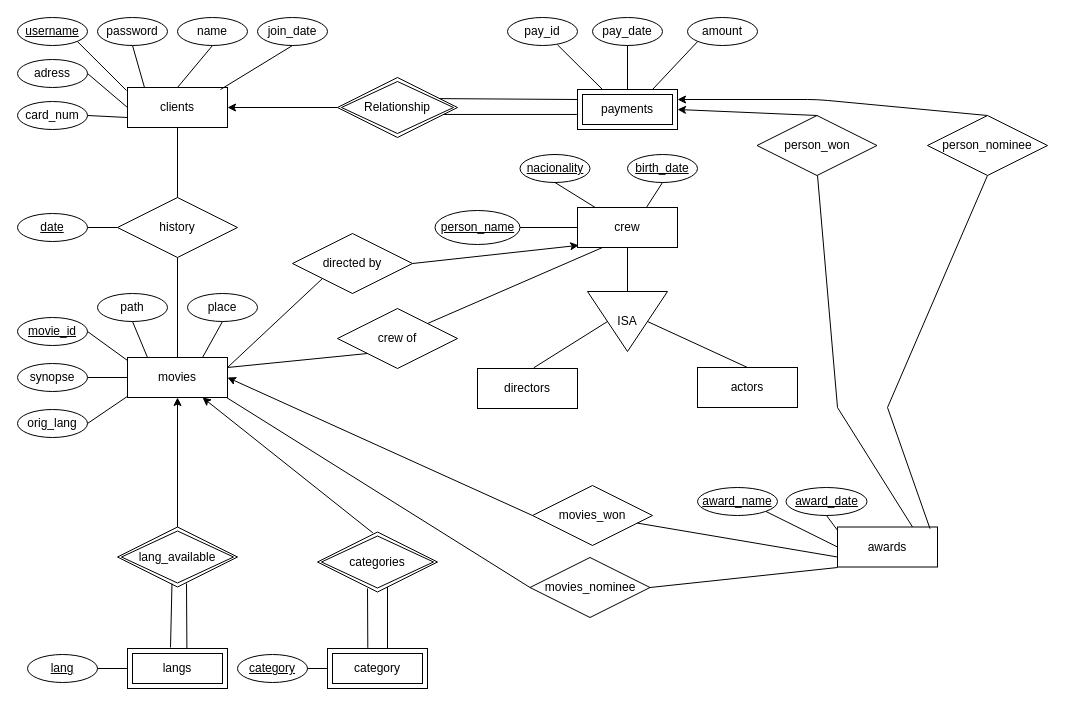
MiguelNdeCarvalho/BD-Work-2 keeps this draw.io diagram as BD-2 .drawio. Above is the earlier version. Source tidied: cells renumbered, new cells numbered last; positions are measured from the earlier drawing's top-left corner, leaving out a move shared by most shapes. Both pictures are drawn from the tidied source at 100%, with x=0, y=0 at pixel (17, 17).
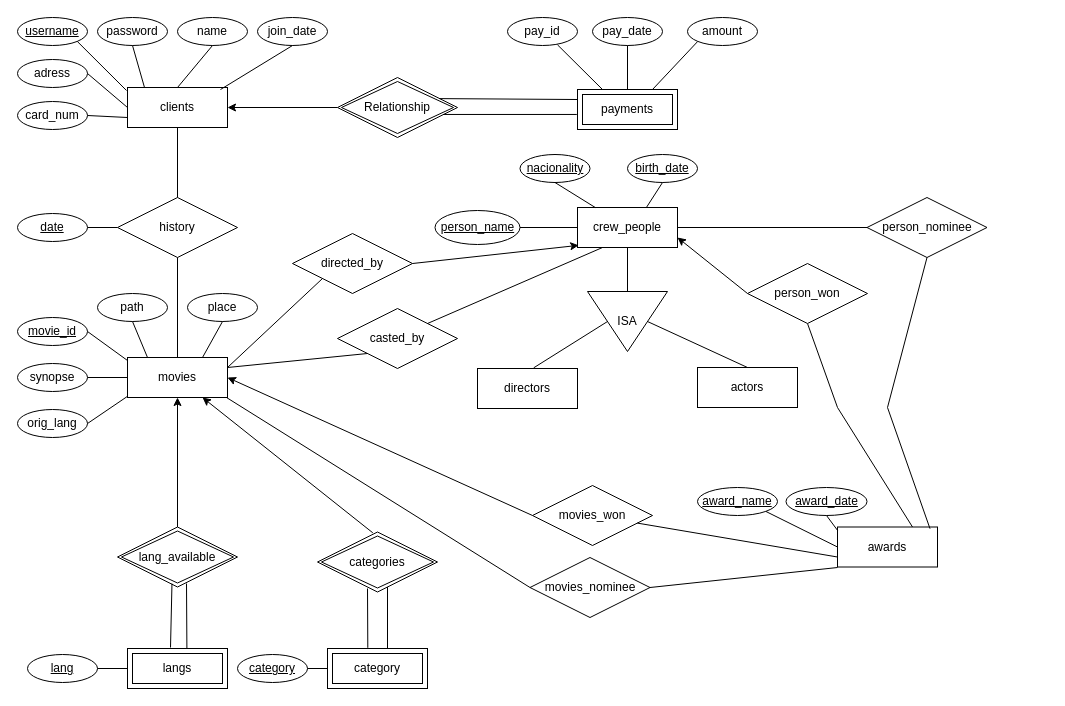
Above is the later version.

Unchanged cells that the change refers to:
```xml
<mxCell id="33" value="payments" style="shape=ext;margin=3;double=1;whiteSpace=wrap;html=1;align=center;" parent="1" vertex="1">
  <mxGeometry x="560" y="72" width="100" height="40" as="geometry" />
</mxCell>
<mxCell id="69" value="awards" style="whiteSpace=wrap;html=1;align=center;" parent="1" vertex="1">
  <mxGeometry x="820" y="509.5" width="100" height="40" as="geometry" />
</mxCell>
```

What changed in the source:
```diff
@@
-    <mxCell id="56" value="crew" style="whiteSpace=wrap;html=1;align=center;" parent="1" vertex="1">
+    <mxCell id="56" value="crew_people" style="whiteSpace=wrap;html=1;align=center;" parent="1" vertex="1">
       <mxGeometry x="560" y="190" width="100" height="40" as="geometry" />
     </mxCell>
@@
-    <mxCell id="70" style="endArrow=classic;html=1;entryX=1;entryY=0.5;entryDx=0;entryDy=0;exitX=0.5;exitY=0;exitDx=0;exitDy=0;" parent="1" edge="1" target="33">
-      <mxGeometry relative="1" as="geometry">
-        <mxPoint x="800" y="98" as="sourcePoint" />
-      </mxGeometry>
+    <mxCell id="70" style="endArrow=classic;html=1;entryX=1;entryY=0.75;entryDx=0;entryDy=0;exitX=0;exitY=0.5;exitDx=0;exitDy=0;" parent="1" edge="1" source="78" target="56">
+      <mxGeometry relative="1" as="geometry" />
     </mxCell>
-    <mxCell id="71" style="endArrow=classic;html=1;exitX=0.5;exitY=0;exitDx=0;exitDy=0;entryX=1;entryY=0.25;entryDx=0;entryDy=0;" parent="1" edge="1" target="33">
-      <mxGeometry relative="1" as="geometry">
-        <mxPoint x="970" y="98" as="sourcePoint" />
-        <Array as="points">
-          <mxPoint x="800" y="82" />
-        </Array>
-      </mxGeometry>
-    </mxCell>
-    <mxCell id="72" style="endArrow=none;html=1;rounded=0;entryX=0.5;entryY=1;entryDx=0;entryDy=0;exitX=0.75;exitY=0;exitDx=0;exitDy=0;" parent="1" edge="1" source="69">
+    <mxCell id="72" style="endArrow=none;html=1;rounded=0;entryX=0.5;entryY=1;entryDx=0;entryDy=0;exitX=0.75;exitY=0;exitDx=0;exitDy=0;" parent="1" edge="1" source="69" target="78">
       <mxGeometry relative="1" as="geometry">
-        <mxPoint x="800" y="158" as="targetPoint" />
         <Array as="points">
           <mxPoint x="820" y="390" />
         </Array>
       </mxGeometry>
     </mxCell>
-    <mxCell id="73" style="endArrow=none;html=1;rounded=0;entryX=0.5;entryY=1;entryDx=0;entryDy=0;exitX=0.925;exitY=0.042;exitDx=0;exitDy=0;exitPerimeter=0;" parent="1" edge="1" source="69">
+    <mxCell id="73" style="endArrow=none;html=1;rounded=0;entryX=0.5;entryY=1;entryDx=0;entryDy=0;exitX=0.925;exitY=0.042;exitDx=0;exitDy=0;exitPerimeter=0;" parent="1" edge="1" source="69" target="79">
       <mxGeometry relative="1" as="geometry">
-        <mxPoint x="970" y="158" as="targetPoint" />
         <Array as="points">
           <mxPoint x="870" y="390" />
         </Array>
       </mxGeometry>
     </mxCell>
@@
     <mxCell id="78" value="person_won" style="shape=rhombus;perimeter=rhombusPerimeter;whiteSpace=wrap;html=1;align=center;" parent="1" vertex="1">
-      <mxGeometry x="739.5" y="98" width="120" height="60" as="geometry" />
+      <mxGeometry x="730" y="246" width="120" height="60" as="geometry" />
     </mxCell>
     <mxCell id="79" value="person_nominee" style="shape=rhombus;perimeter=rhombusPerimeter;whiteSpace=wrap;html=1;align=center;" parent="1" vertex="1">
-      <mxGeometry x="910" y="98" width="120" height="60" as="geometry" />
+      <mxGeometry x="849.5" y="180" width="120" height="60" as="geometry" />
     </mxCell>
@@
-    <mxCell id="83" value="directed by" style="shape=rhombus;perimeter=rhombusPerimeter;whiteSpace=wrap;html=1;align=center;" parent="1" vertex="1">
+    <mxCell id="83" value="directed_by" style="shape=rhombus;perimeter=rhombusPerimeter;whiteSpace=wrap;html=1;align=center;" parent="1" vertex="1">
       <mxGeometry x="275" y="216" width="120" height="60" as="geometry" />
     </mxCell>
@@
-    <mxCell id="86" value="crew of" style="shape=rhombus;perimeter=rhombusPerimeter;whiteSpace=wrap;html=1;align=center;" parent="1" vertex="1">
+    <mxCell id="86" value="casted_by" style="shape=rhombus;perimeter=rhombusPerimeter;whiteSpace=wrap;html=1;align=center;" parent="1" vertex="1">
       <mxGeometry x="320" y="291" width="120" height="60" as="geometry" />
     </mxCell>
@@
+    <mxCell id="92" style="endArrow=none;html=1;rounded=0;exitX=1;exitY=0.5;exitDx=0;exitDy=0;entryX=0;entryY=0.5;entryDx=0;entryDy=0;" parent="1" edge="1" source="56" target="79">
+      <mxGeometry relative="1" as="geometry" />
+    </mxCell>
```
